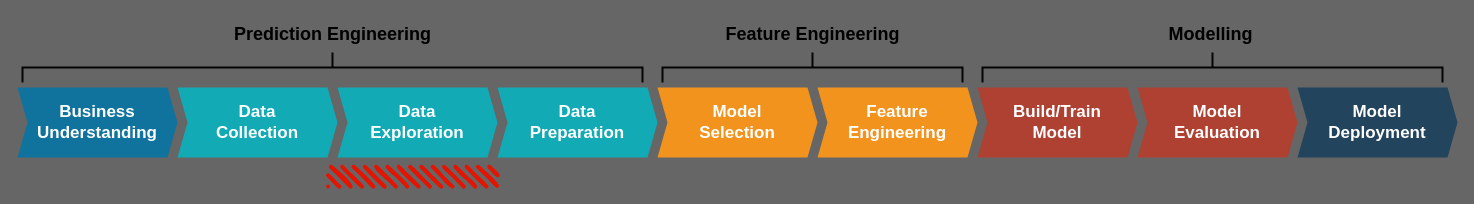
ohikendoit/CBi-MRC-Analytics keeps this draw.io diagram as src/Workflow Diagram DS4SDGs.drawio. Above is the earlier version. Source tidied: cells renumbered, new cells numbered last; positions are measured from the earlier drawing's top-left corner, leaving out a move shared by most shapes. Both pictures are drawn from the tidied source at 100%, with x=0, y=0 at pixel (17, -243).
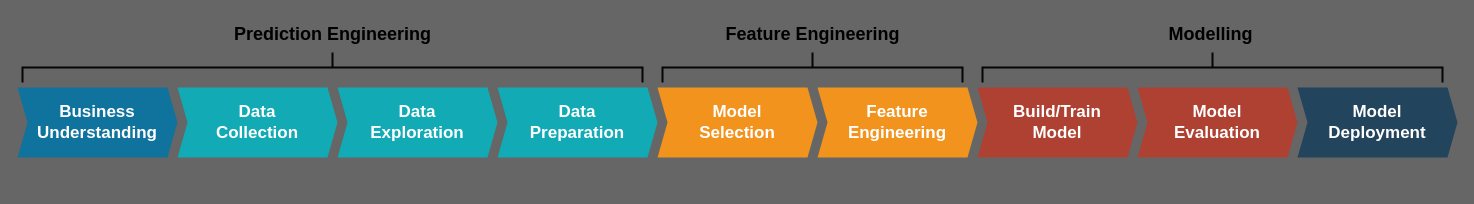
The same diagram, later.

Diff of the diagram source:
```diff
@@
 <mxGraphModel background="#666666">
   <root>
     <mxCell id="0" />
     <mxCell id="1" parent="0" />
     <mxCell id="2" value="Business&lt;br&gt;Understanding" style="shape=step;perimeter=stepPerimeter;whiteSpace=wrap;html=1;fixedSize=1;size=10;fillColor=#10739E;strokeColor=none;fontSize=17;fontColor=#FFFFFF;fontStyle=1;align=center;rounded=0;" parent="1" vertex="1">
       <mxGeometry y="330" width="160" height="70" as="geometry" />
     </mxCell>
     <mxCell id="3" value="Model&lt;br&gt;Selection" style="shape=step;perimeter=stepPerimeter;whiteSpace=wrap;html=1;fixedSize=1;size=10;fillColor=#F2931E;strokeColor=none;fontSize=17;fontColor=#FFFFFF;fontStyle=1;align=center;rounded=0;" parent="1" vertex="1">
       <mxGeometry x="640" y="330" width="160" height="70" as="geometry" />
     </mxCell>
     <mxCell id="4" value="Build/Train&lt;br&gt;Model" style="shape=step;perimeter=stepPerimeter;whiteSpace=wrap;html=1;fixedSize=1;size=10;fillColor=#AE4132;strokeColor=none;fontSize=17;fontColor=#FFFFFF;fontStyle=1;align=center;rounded=0;" parent="1" vertex="1">
       <mxGeometry x="960" y="330" width="160" height="70" as="geometry" />
     </mxCell>
     <mxCell id="5" value="Model&lt;br&gt;Deployment" style="shape=step;perimeter=stepPerimeter;whiteSpace=wrap;html=1;fixedSize=1;size=10;fillColor=#23445D;strokeColor=none;fontSize=17;fontColor=#FFFFFF;fontStyle=1;align=center;rounded=0;" parent="1" vertex="1">
       <mxGeometry x="1280" y="330" width="160" height="70" as="geometry" />
     </mxCell>
     <mxCell id="6" value="Data&lt;br&gt;Collection" style="shape=step;perimeter=stepPerimeter;whiteSpace=wrap;html=1;fixedSize=1;size=10;fillColor=#12AAB5;strokeColor=none;fontSize=17;fontColor=#FFFFFF;fontStyle=1;align=center;rounded=0;" parent="1" vertex="1">
       <mxGeometry x="160" y="330" width="160" height="70" as="geometry" />
     </mxCell>
     <mxCell id="7" value="Data&lt;br&gt;Exploration" style="shape=step;perimeter=stepPerimeter;whiteSpace=wrap;html=1;fixedSize=1;size=10;fillColor=#12AAB5;strokeColor=none;fontSize=17;fontColor=#FFFFFF;fontStyle=1;align=center;rounded=0;" parent="1" vertex="1">
       <mxGeometry x="320" y="330" width="160" height="70" as="geometry" />
     </mxCell>
     <mxCell id="8" value="Data&lt;br&gt;Preparation" style="shape=step;perimeter=stepPerimeter;whiteSpace=wrap;html=1;fixedSize=1;size=10;fillColor=#12AAB5;strokeColor=none;fontSize=17;fontColor=#FFFFFF;fontStyle=1;align=center;rounded=0;" parent="1" vertex="1">
       <mxGeometry x="480" y="330" width="160" height="70" as="geometry" />
     </mxCell>
     <mxCell id="9" value="Feature&lt;br&gt;Engineering" style="shape=step;perimeter=stepPerimeter;whiteSpace=wrap;html=1;fixedSize=1;size=10;fillColor=#F2931E;strokeColor=none;fontSize=17;fontColor=#FFFFFF;fontStyle=1;align=center;rounded=0;" parent="1" vertex="1">
       <mxGeometry x="800" y="330" width="160" height="70" as="geometry" />
     </mxCell>
     <mxCell id="10" value="Model&lt;br&gt;Evaluation" style="shape=step;perimeter=stepPerimeter;whiteSpace=wrap;html=1;fixedSize=1;size=10;fillColor=#AE4132;strokeColor=none;fontSize=17;fontColor=#FFFFFF;fontStyle=1;align=center;rounded=0;" parent="1" vertex="1">
       <mxGeometry x="1120" y="330" width="160" height="70" as="geometry" />
     </mxCell>
     <mxCell id="11" style="strokeWidth=2;html=1;shape=mxgraph.flowchart.annotation_2;align=left;labelPosition=right;rotation=90;strokeColor=#050505;" parent="1" vertex="1">
       <mxGeometry x="300" width="30" height="620" as="geometry" />
     </mxCell>
     <mxCell id="12" style="strokeWidth=2;html=1;shape=mxgraph.flowchart.annotation_2;align=left;labelPosition=right;rotation=90;strokeColor=#050505;" parent="1" vertex="1">
       <mxGeometry x="780" y="160" width="30" height="300" as="geometry" />
     </mxCell>
     <mxCell id="13" style="strokeWidth=2;html=1;shape=mxgraph.flowchart.annotation_2;align=left;labelPosition=right;rotation=90;strokeColor=#050505;" parent="1" vertex="1">
       <mxGeometry x="1180" y="80" width="30" height="460" as="geometry" />
     </mxCell>
     <mxCell id="14" value="&lt;font style=&quot;font-size: 18px&quot; color=&quot;#000000&quot;&gt;Prediction Engineering&lt;/font&gt;" style="text;strokeColor=none;fillColor=none;html=1;fontSize=24;fontStyle=1;verticalAlign=middle;align=center;fontColor=#FFFFFF;" parent="1" vertex="1">
       <mxGeometry x="265" y="260" width="100" height="30" as="geometry" />
     </mxCell>
     <mxCell id="15" value="&lt;font style=&quot;font-size: 18px&quot; color=&quot;#000000&quot;&gt;Feature Engineering&lt;/font&gt;" style="text;strokeColor=none;fillColor=none;html=1;fontSize=24;fontStyle=1;verticalAlign=middle;align=center;fontColor=#FFFFFF;" parent="1" vertex="1">
       <mxGeometry x="745" y="260" width="100" height="30" as="geometry" />
     </mxCell>
     <mxCell id="16" value="&lt;font style=&quot;font-size: 18px&quot; color=&quot;#000000&quot;&gt;Modelling&lt;/font&gt;" style="text;strokeColor=none;fillColor=none;html=1;fontSize=24;fontStyle=1;verticalAlign=middle;align=center;fontColor=#FFFFFF;" parent="1" vertex="1">
       <mxGeometry x="1143" y="260" width="100" height="30" as="geometry" />
     </mxCell>
-    <mxCell id="17" style="rounded=1;whiteSpace=wrap;html=1;strokeWidth=2;fillWeight=4;hachureGap=8;hachureAngle=45;fillColor=#e51400;sketch=1;labelBackgroundColor=none;strokeColor=none;glass=0;shadow=0;fontColor=#ffffff;" parent="1" vertex="1">
-      <mxGeometry x="310" y="410" width="170" height="20" as="geometry" />
-    </mxCell>
   </root>
 </mxGraphModel>
```
